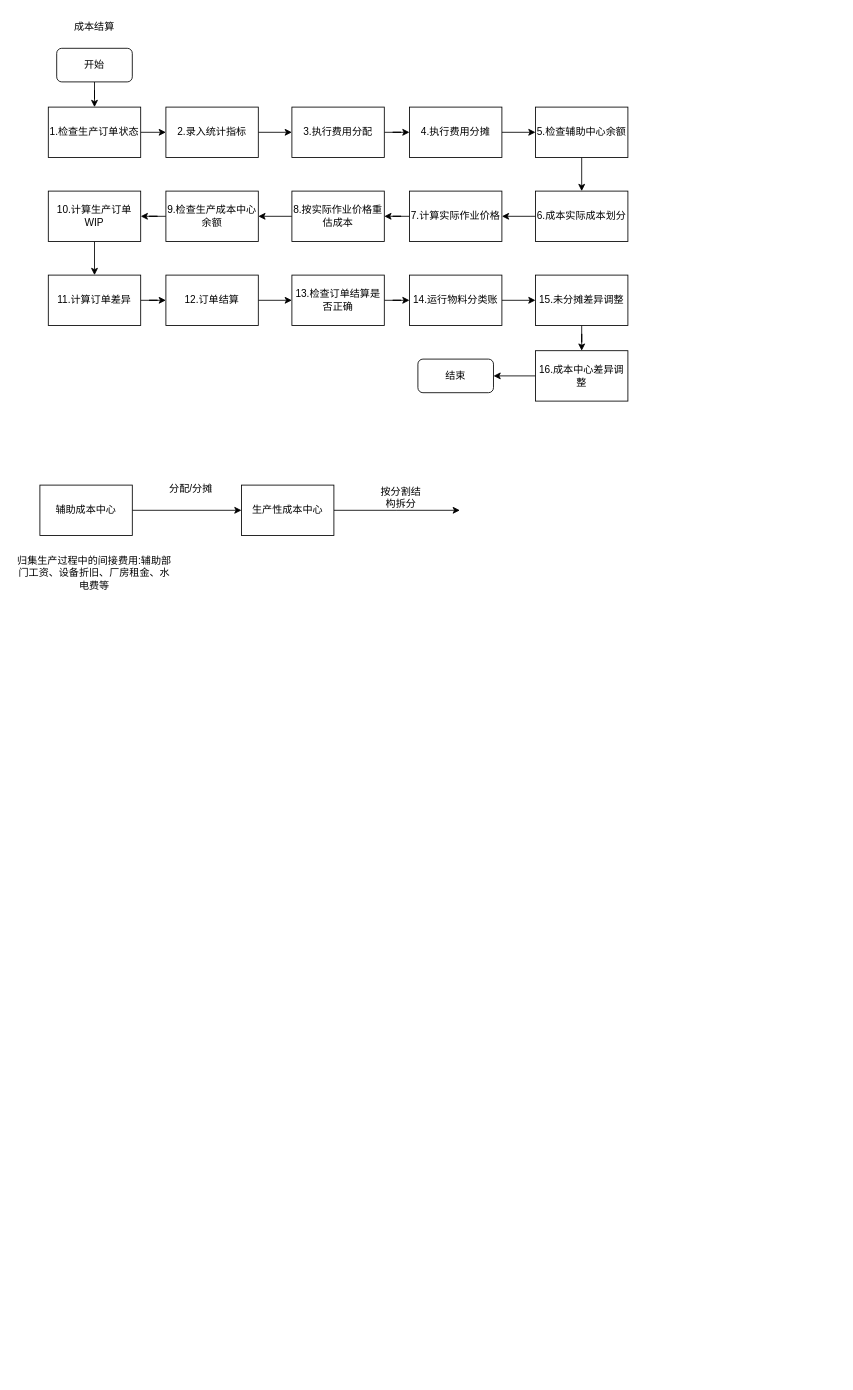
Before: CO成本结算.drawio in 20000428/drawio, a draw.io diagram. Source tidied: cells renumbered, new cells numbered last; positions are measured from the earlier drawing's top-left corner, leaving out a move shared by most shapes. Both pictures are drawn from the tidied source at 84%, with x=0, y=0 at pixel (14, 14).
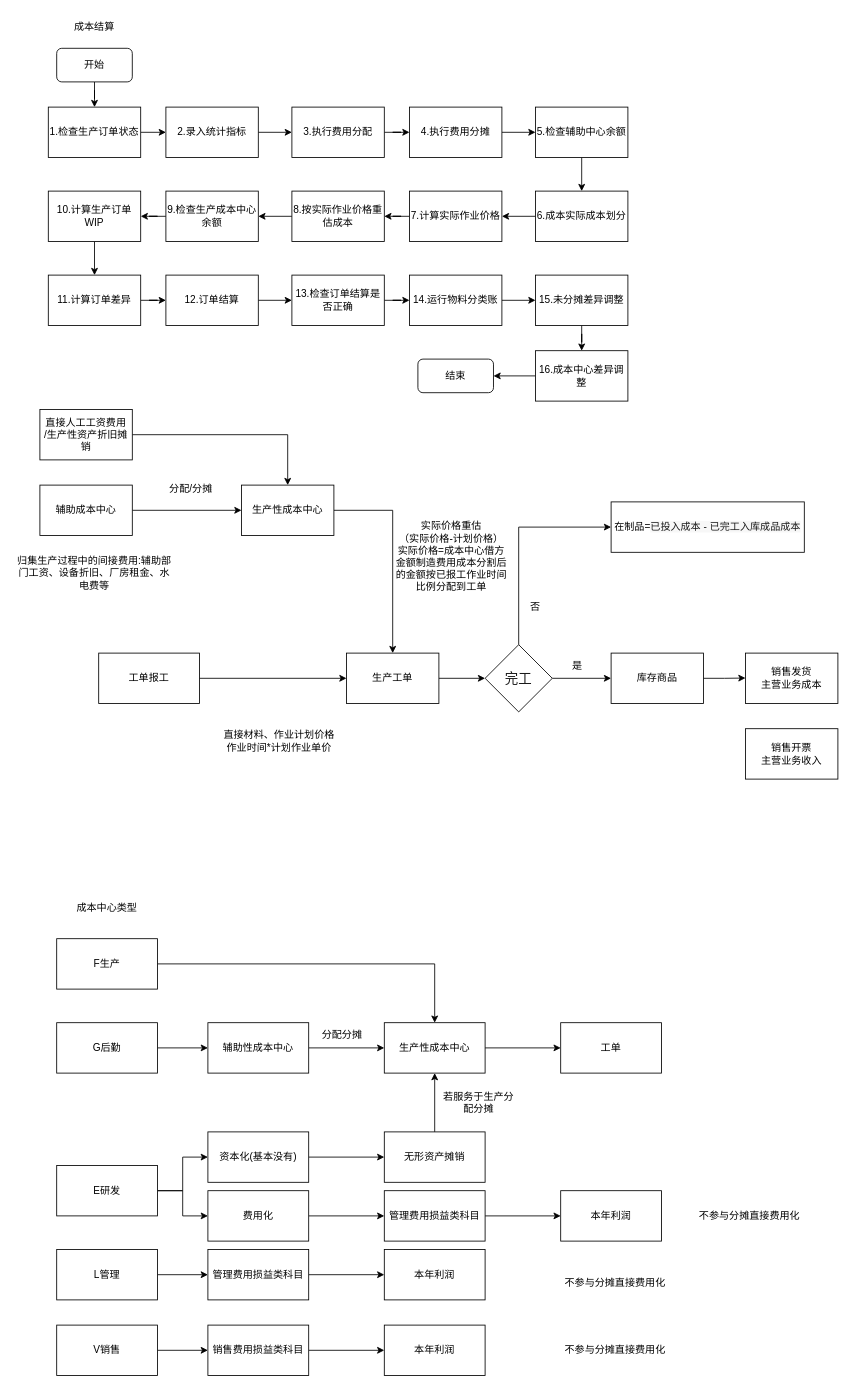
Above is the later version.

Commit message:
更新CO成本结算.drawio

Unchanged cells that the change refers to:
```xml
<mxCell id="42" value="生产性成本中心" style="rounded=0;whiteSpace=wrap;html=1;" parent="1" vertex="1">
  <mxGeometry x="270" y="560" width="110" height="60" as="geometry" />
</mxCell>
```

The edit, as a diff of the source:
```diff
@@
-    <mxCell id="41" style="edgeStyle=orthogonalEdgeStyle;rounded=0;jettySize=auto;html=1;exitX=1;exitY=0.5;exitDx=0;exitDy=0;" parent="1" edge="1" source="42">
-      <mxGeometry relative="1" as="geometry">
-        <mxPoint x="530" y="590" as="targetPoint" />
-      </mxGeometry>
+    <mxCell id="41" style="edgeStyle=orthogonalEdgeStyle;rounded=0;jettySize=auto;html=1;exitX=1;exitY=0.5;exitDx=0;exitDy=0;" parent="1" edge="1" source="42" target="46">
+      <mxGeometry relative="1" as="geometry" />
     </mxCell>
@@
-    <mxCell id="44" value="按分割结构拆分" style="text;html=1;whiteSpace=wrap;strokeColor=none;fillColor=none;align=center;verticalAlign=middle;rounded=0;" parent="1" vertex="1">
-      <mxGeometry x="430" y="560" width="60" height="30" as="geometry" />
-    </mxCell>
+    <mxCell id="45" style="edgeStyle=orthogonalEdgeStyle;rounded=0;jettySize=auto;html=1;" parent="1" edge="1" source="46" target="58">
+      <mxGeometry relative="1" as="geometry" />
+    </mxCell>
+    <mxCell id="46" value="生产工单" style="rounded=0;whiteSpace=wrap;html=1;" parent="1" vertex="1">
+      <mxGeometry x="395" y="760" width="110" height="60" as="geometry" />
+    </mxCell>
+    <mxCell id="47" style="edgeStyle=orthogonalEdgeStyle;rounded=0;jettySize=auto;html=1;entryX=0;entryY=0.5;entryDx=0;entryDy=0;" parent="1" edge="1" source="48" target="46">
+      <mxGeometry relative="1" as="geometry" />
+    </mxCell>
+    <mxCell id="48" value="工单报工" style="rounded=0;whiteSpace=wrap;html=1;" parent="1" vertex="1">
+      <mxGeometry x="100" y="760" width="120" height="60" as="geometry" />
+    </mxCell>
+    <mxCell id="49" value="直接材料、作业计划价格&lt;div&gt;作业时间*计划作业单价&lt;/div&gt;" style="text;html=1;whiteSpace=wrap;strokeColor=none;fillColor=none;align=center;verticalAlign=middle;rounded=0;" parent="1" vertex="1">
+      <mxGeometry x="240" y="830" width="150" height="70" as="geometry" />
+    </mxCell>
+    <mxCell id="50" value="实际价格重估&lt;div&gt;（实际价格-计划价格）&lt;/div&gt;&lt;div&gt;实际价格=成本中心借方金额制造费用成本分割后的金额按已报工作业时间比例分配到工单&lt;/div&gt;" style="text;html=1;whiteSpace=wrap;strokeColor=none;fillColor=none;align=center;verticalAlign=middle;rounded=0;" parent="1" vertex="1">
+      <mxGeometry x="450" y="630" width="140" height="30" as="geometry" />
+    </mxCell>
+    <mxCell id="51" style="edgeStyle=orthogonalEdgeStyle;rounded=0;jettySize=auto;html=1;exitX=1;exitY=0.5;exitDx=0;exitDy=0;entryX=0.5;entryY=0;entryDx=0;entryDy=0;" parent="1" edge="1" source="52" target="42">
+      <mxGeometry relative="1" as="geometry" />
+    </mxCell>
+    <mxCell id="52" value="直接人工工资费用&lt;div&gt;/生产性资产折旧摊销&lt;/div&gt;" style="rounded=0;whiteSpace=wrap;html=1;" parent="1" vertex="1">
+      <mxGeometry x="30" y="470" width="110" height="60" as="geometry" />
+    </mxCell>
+    <mxCell id="53" style="edgeStyle=orthogonalEdgeStyle;rounded=0;jettySize=auto;html=1;exitX=1;exitY=0.5;exitDx=0;exitDy=0;" parent="1" edge="1" source="54">
+      <mxGeometry relative="1" as="geometry">
+        <mxPoint x="870" y="789.7" as="targetPoint" />
+      </mxGeometry>
+    </mxCell>
+    <mxCell id="54" value="库存商品" style="rounded=0;whiteSpace=wrap;html=1;" parent="1" vertex="1">
+      <mxGeometry x="710" y="760" width="110" height="60" as="geometry" />
+    </mxCell>
+    <mxCell id="55" value="在制品=&lt;span style=&quot;color: rgba(0, 0, 0, 0.9); text-align: start; white-space-collapse: preserve; background-color: rgba(0, 0, 0, 0.03);&quot;&gt;&lt;font style=&quot;font-size: 12px;&quot;&gt;已投入成本 - 已完工入库成品成本&lt;/font&gt;&lt;/span&gt;" style="rounded=0;whiteSpace=wrap;html=1;" parent="1" vertex="1">
+      <mxGeometry x="710" y="580" width="230" height="60" as="geometry" />
+    </mxCell>
+    <mxCell id="56" style="edgeStyle=orthogonalEdgeStyle;rounded=0;jettySize=auto;html=1;exitX=0.5;exitY=0;exitDx=0;exitDy=0;entryX=0;entryY=0.5;entryDx=0;entryDy=0;" parent="1" edge="1" source="58" target="55">
+      <mxGeometry relative="1" as="geometry" />
+    </mxCell>
+    <mxCell id="57" style="edgeStyle=orthogonalEdgeStyle;rounded=0;jettySize=auto;html=1;exitX=1;exitY=0.5;exitDx=0;exitDy=0;entryX=0;entryY=0.5;entryDx=0;entryDy=0;" parent="1" edge="1" source="58" target="54">
+      <mxGeometry relative="1" as="geometry" />
+    </mxCell>
+    <mxCell id="58" value="&lt;span style=&quot;color: rgba(0, 0, 0, 0.9); font-family: -apple-system, BlinkMacSystemFont, &amp;quot;Segoe UI&amp;quot;, system-ui, -apple-system, &amp;quot;Segoe UI&amp;quot;, Roboto, Ubuntu, Cantarell, &amp;quot;Noto Sans&amp;quot;, sans-serif, Arial, &amp;quot;PingFang SC&amp;quot;, &amp;quot;Source Han Sans SC&amp;quot;, &amp;quot;Microsoft YaHei UI&amp;quot;, &amp;quot;Microsoft YaHei&amp;quot;, &amp;quot;Noto Sans CJK SC&amp;quot;, sans-serif; font-size: 16px; text-align: start; white-space-collapse: preserve; background-color: rgb(255, 255, 255);&quot;&gt;完工&lt;/span&gt;" style="rhombus;whiteSpace=wrap;html=1;" parent="1" vertex="1">
+      <mxGeometry x="560" y="750" width="80" height="80" as="geometry" />
+    </mxCell>
+    <mxCell id="59" value="否" style="text;html=1;whiteSpace=wrap;strokeColor=none;fillColor=none;align=center;verticalAlign=middle;rounded=0;" parent="1" vertex="1">
+      <mxGeometry x="590" y="690" width="60" height="30" as="geometry" />
+    </mxCell>
+    <mxCell id="60" value="是" style="text;html=1;whiteSpace=wrap;strokeColor=none;fillColor=none;align=center;verticalAlign=middle;rounded=0;" parent="1" vertex="1">
+      <mxGeometry x="640" y="760" width="60" height="30" as="geometry" />
+    </mxCell>
+    <mxCell id="61" value="销售发货&lt;div&gt;主营业务成本&lt;/div&gt;" style="rounded=0;whiteSpace=wrap;html=1;" parent="1" vertex="1">
+      <mxGeometry x="870" y="760" width="110" height="60" as="geometry" />
+    </mxCell>
+    <mxCell id="62" value="销售开票&lt;div&gt;主营业务收入&lt;/div&gt;" style="rounded=0;whiteSpace=wrap;html=1;" parent="1" vertex="1">
+      <mxGeometry x="870" y="850" width="110" height="60" as="geometry" />
+    </mxCell>
+    <mxCell id="63" value="成本中心类型" style="text;html=1;whiteSpace=wrap;strokeColor=none;fillColor=none;align=center;verticalAlign=middle;rounded=0;" parent="1" vertex="1">
+      <mxGeometry x="30" y="1049" width="160" height="30" as="geometry" />
+    </mxCell>
+    <mxCell id="64" style="edgeStyle=orthogonalEdgeStyle;rounded=0;jettySize=auto;html=1;entryX=0.5;entryY=0;entryDx=0;entryDy=0;" parent="1" edge="1" source="65" target="86">
+      <mxGeometry relative="1" as="geometry" />
+    </mxCell>
+    <mxCell id="65" value="F生产" style="rounded=0;whiteSpace=wrap;html=1;" parent="1" vertex="1">
+      <mxGeometry x="50" y="1100" width="120" height="60" as="geometry" />
+    </mxCell>
+    <mxCell id="66" style="edgeStyle=orthogonalEdgeStyle;rounded=0;jettySize=auto;html=1;exitX=1;exitY=0.5;exitDx=0;exitDy=0;entryX=0;entryY=0.5;entryDx=0;entryDy=0;" parent="1" edge="1" source="68" target="89">
+      <mxGeometry relative="1" as="geometry" />
+    </mxCell>
+    <mxCell id="67" style="edgeStyle=orthogonalEdgeStyle;rounded=0;jettySize=auto;html=1;exitX=1;exitY=0.5;exitDx=0;exitDy=0;entryX=0;entryY=0.5;entryDx=0;entryDy=0;" parent="1" edge="1" source="68" target="91">
+      <mxGeometry relative="1" as="geometry" />
+    </mxCell>
+    <mxCell id="68" value="E研发" style="rounded=0;whiteSpace=wrap;html=1;" parent="1" vertex="1">
+      <mxGeometry x="50" y="1370" width="120" height="60" as="geometry" />
+    </mxCell>
+    <mxCell id="69" style="edgeStyle=orthogonalEdgeStyle;rounded=0;jettySize=auto;html=1;" parent="1" edge="1" source="70" target="84">
+      <mxGeometry relative="1" as="geometry" />
+    </mxCell>
+    <mxCell id="70" value="G后勤" style="rounded=0;whiteSpace=wrap;html=1;" parent="1" vertex="1">
+      <mxGeometry x="50" y="1200" width="120" height="60" as="geometry" />
+    </mxCell>
+    <mxCell id="71" style="edgeStyle=orthogonalEdgeStyle;rounded=0;jettySize=auto;html=1;exitX=1;exitY=0.5;exitDx=0;exitDy=0;entryX=0;entryY=0.5;entryDx=0;entryDy=0;" parent="1" edge="1" source="72" target="76">
+      <mxGeometry relative="1" as="geometry" />
+    </mxCell>
+    <mxCell id="72" value="L管理" style="rounded=0;whiteSpace=wrap;html=1;" parent="1" vertex="1">
+      <mxGeometry x="50" y="1470" width="120" height="60" as="geometry" />
+    </mxCell>
+    <mxCell id="73" style="edgeStyle=orthogonalEdgeStyle;rounded=0;jettySize=auto;html=1;exitX=1;exitY=0.5;exitDx=0;exitDy=0;entryX=0;entryY=0.5;entryDx=0;entryDy=0;" parent="1" edge="1" source="74" target="81">
+      <mxGeometry relative="1" as="geometry" />
+    </mxCell>
+    <mxCell id="74" value="V销售" style="rounded=0;whiteSpace=wrap;html=1;" parent="1" vertex="1">
+      <mxGeometry x="50" y="1560" width="120" height="60" as="geometry" />
+    </mxCell>
+    <mxCell id="75" style="edgeStyle=orthogonalEdgeStyle;rounded=0;jettySize=auto;html=1;exitX=1;exitY=0.5;exitDx=0;exitDy=0;" parent="1" edge="1" source="76" target="77">
+      <mxGeometry relative="1" as="geometry" />
+    </mxCell>
+    <mxCell id="76" value="管理费用损益类科目" style="rounded=0;whiteSpace=wrap;html=1;" parent="1" vertex="1">
+      <mxGeometry x="230" y="1470" width="120" height="60" as="geometry" />
+    </mxCell>
+    <mxCell id="77" value="本年利润" style="rounded=0;whiteSpace=wrap;html=1;" parent="1" vertex="1">
+      <mxGeometry x="440" y="1470" width="120" height="60" as="geometry" />
+    </mxCell>
+    <mxCell id="78" value="不参与分摊直接费用化" style="text;html=1;whiteSpace=wrap;strokeColor=none;fillColor=none;align=center;verticalAlign=middle;rounded=0;" parent="1" vertex="1">
+      <mxGeometry x="610" y="1485" width="210" height="50" as="geometry" />
+    </mxCell>
+    <mxCell id="79" value="不参与分摊直接费用化" style="text;html=1;whiteSpace=wrap;strokeColor=none;fillColor=none;align=center;verticalAlign=middle;rounded=0;" parent="1" vertex="1">
+      <mxGeometry x="610" y="1565" width="210" height="50" as="geometry" />
+    </mxCell>
+    <mxCell id="80" style="edgeStyle=orthogonalEdgeStyle;rounded=0;jettySize=auto;html=1;exitX=1;exitY=0.5;exitDx=0;exitDy=0;" parent="1" edge="1" source="81" target="82">
+      <mxGeometry relative="1" as="geometry" />
+    </mxCell>
+    <mxCell id="81" value="销售费用损益类科目" style="rounded=0;whiteSpace=wrap;html=1;" parent="1" vertex="1">
+      <mxGeometry x="230" y="1560" width="120" height="60" as="geometry" />
+    </mxCell>
+    <mxCell id="82" value="本年利润" style="rounded=0;whiteSpace=wrap;html=1;" parent="1" vertex="1">
+      <mxGeometry x="440" y="1560" width="120" height="60" as="geometry" />
+    </mxCell>
+    <mxCell id="83" style="edgeStyle=orthogonalEdgeStyle;rounded=0;jettySize=auto;html=1;" parent="1" edge="1" source="84" target="86">
+      <mxGeometry relative="1" as="geometry" />
+    </mxCell>
+    <mxCell id="84" value="辅助性成本中心" style="rounded=0;whiteSpace=wrap;html=1;" parent="1" vertex="1">
+      <mxGeometry x="230" y="1200" width="120" height="60" as="geometry" />
+    </mxCell>
+    <mxCell id="85" style="edgeStyle=orthogonalEdgeStyle;rounded=0;jettySize=auto;html=1;" parent="1" edge="1" source="86" target="87">
+      <mxGeometry relative="1" as="geometry" />
+    </mxCell>
+    <mxCell id="86" value="生产性成本中心" style="rounded=0;whiteSpace=wrap;html=1;" parent="1" vertex="1">
+      <mxGeometry x="440" y="1200" width="120" height="60" as="geometry" />
+    </mxCell>
+    <mxCell id="87" value="工单" style="rounded=0;whiteSpace=wrap;html=1;" parent="1" vertex="1">
+      <mxGeometry x="650" y="1200" width="120" height="60" as="geometry" />
+    </mxCell>
+    <mxCell id="88" style="edgeStyle=orthogonalEdgeStyle;rounded=0;jettySize=auto;html=1;" parent="1" edge="1" source="89" target="93">
+      <mxGeometry relative="1" as="geometry" />
+    </mxCell>
+    <mxCell id="89" value="资本化(基本没有)" style="rounded=0;whiteSpace=wrap;html=1;" parent="1" vertex="1">
+      <mxGeometry x="230" y="1330" width="120" height="60" as="geometry" />
+    </mxCell>
+    <mxCell id="90" style="edgeStyle=orthogonalEdgeStyle;rounded=0;jettySize=auto;html=1;" parent="1" edge="1" source="91" target="95">
+      <mxGeometry relative="1" as="geometry" />
+    </mxCell>
+    <mxCell id="91" value="费用化" style="rounded=0;whiteSpace=wrap;html=1;" parent="1" vertex="1">
+      <mxGeometry x="230" y="1400" width="120" height="60" as="geometry" />
+    </mxCell>
+    <mxCell id="92" style="edgeStyle=orthogonalEdgeStyle;rounded=0;jettySize=auto;html=1;" parent="1" edge="1" source="93" target="86">
+      <mxGeometry relative="1" as="geometry" />
+    </mxCell>
+    <mxCell id="93" value="无形资产摊销" style="rounded=0;whiteSpace=wrap;html=1;" parent="1" vertex="1">
+      <mxGeometry x="440" y="1330" width="120" height="60" as="geometry" />
+    </mxCell>
+    <mxCell id="94" style="edgeStyle=orthogonalEdgeStyle;rounded=0;jettySize=auto;html=1;" parent="1" edge="1" source="95" target="96">
+      <mxGeometry relative="1" as="geometry" />
+    </mxCell>
+    <mxCell id="95" value="管理费用损益类科目" style="rounded=0;whiteSpace=wrap;html=1;" parent="1" vertex="1">
+      <mxGeometry x="440" y="1400" width="120" height="60" as="geometry" />
+    </mxCell>
+    <mxCell id="96" value="本年利润" style="rounded=0;whiteSpace=wrap;html=1;" parent="1" vertex="1">
+      <mxGeometry x="650" y="1400" width="120" height="60" as="geometry" />
+    </mxCell>
+    <mxCell id="97" value="不参与分摊直接费用化" style="text;html=1;whiteSpace=wrap;strokeColor=none;fillColor=none;align=center;verticalAlign=middle;rounded=0;" parent="1" vertex="1">
+      <mxGeometry x="770" y="1405" width="210" height="50" as="geometry" />
+    </mxCell>
+    <mxCell id="98" value="分配分摊" style="text;html=1;whiteSpace=wrap;strokeColor=none;fillColor=none;align=center;verticalAlign=middle;rounded=0;" parent="1" vertex="1">
+      <mxGeometry x="360" y="1200" width="60" height="30" as="geometry" />
+    </mxCell>
+    <mxCell id="99" value="若服务于生产分配分摊" style="text;html=1;whiteSpace=wrap;strokeColor=none;fillColor=none;align=center;verticalAlign=middle;rounded=0;" parent="1" vertex="1">
+      <mxGeometry x="505" y="1280" width="95" height="30" as="geometry" />
+    </mxCell>
```
